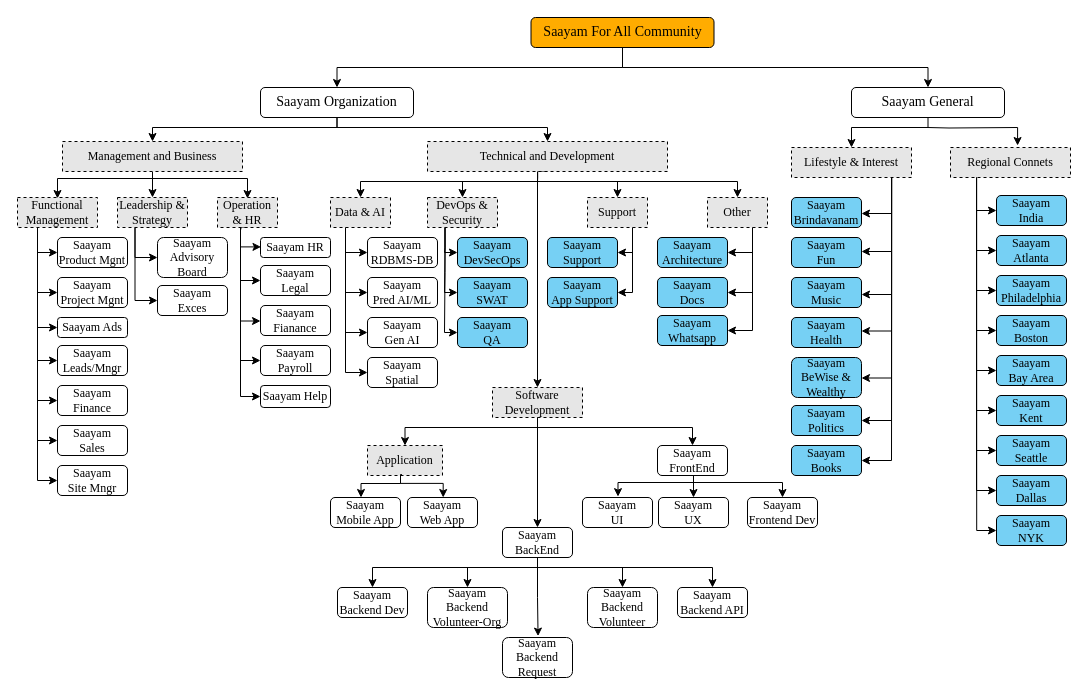
This is Saayam.drawio from PallaviChitrada10/PallaviChitrada, a draw.io file, before an edit. Source tidied: cells renumbered, new cells numbered last; positions are measured from the earlier drawing's top-left corner, leaving out a move shared by most shapes. Both pictures are drawn from the tidied source at 100%, with x=0, y=0 at pixel (17, 17).
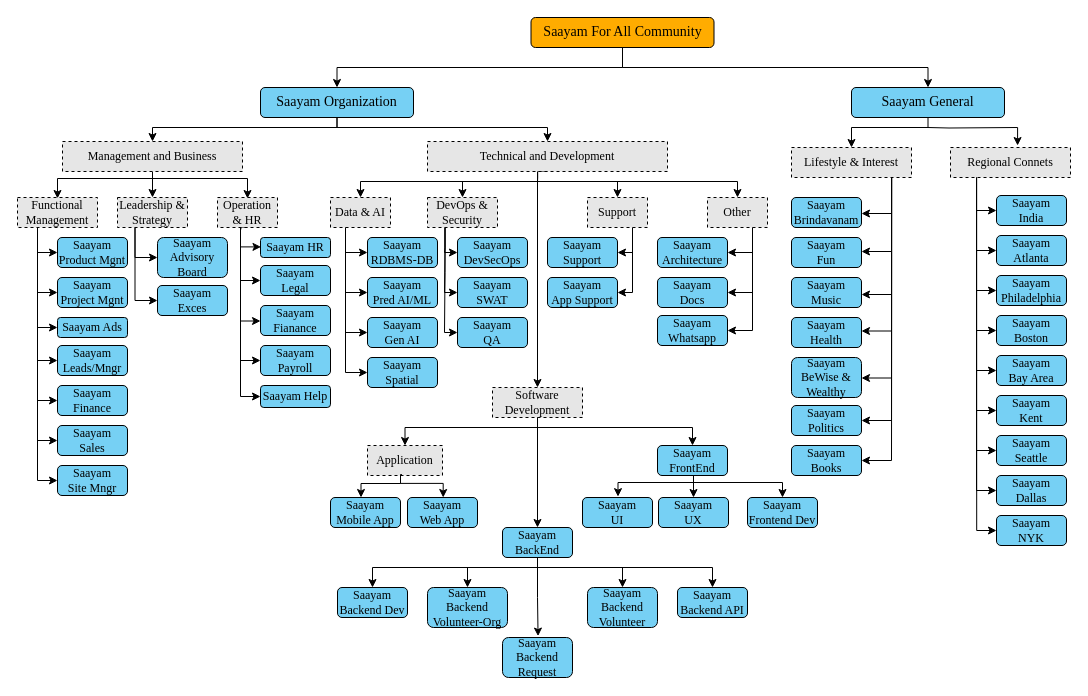
Above is the later version.

The edit, as a diff of the source:
```diff
@@
-    <mxCell id="4" value="&lt;font&gt;Saayam Organization&lt;/font&gt;" style="rounded=1;whiteSpace=wrap;html=1;fontFamily=Times New Roman;fontSize=14;labelBackgroundColor=none;" parent="1" vertex="1">
+    <mxCell id="4" value="&lt;font&gt;Saayam Organization&lt;/font&gt;" style="rounded=1;whiteSpace=wrap;html=1;fontFamily=Times New Roman;fontSize=14;labelBackgroundColor=none;fillColor=light-dark(#76D0F4,#1D293B);" parent="1" vertex="1">
       <mxGeometry x="243" y="70" width="153" height="30" as="geometry" />
     </mxCell>
@@
-    <mxCell id="28" value="Saayam&lt;br&gt;Product Mgnt" style="rounded=1;whiteSpace=wrap;html=1;fontFamily=Times New Roman;labelBackgroundColor=none;" parent="1" vertex="1">
+    <mxCell id="28" value="Saayam&lt;br&gt;Product Mgnt" style="rounded=1;whiteSpace=wrap;html=1;fontFamily=Times New Roman;labelBackgroundColor=none;fillColor=light-dark(#76D0F4,#1D293B);" parent="1" vertex="1">
       <mxGeometry x="40" y="220" width="70" height="30" as="geometry" />
     </mxCell>
-    <mxCell id="29" value="Saayam&lt;br&gt;Project Mgnt" style="rounded=1;whiteSpace=wrap;html=1;fontFamily=Times New Roman;labelBackgroundColor=none;" parent="1" vertex="1">
+    <mxCell id="29" value="Saayam&lt;br&gt;Project Mgnt" style="rounded=1;whiteSpace=wrap;html=1;fontFamily=Times New Roman;labelBackgroundColor=none;fillColor=light-dark(#76D0F4,#1D293B);" parent="1" vertex="1">
       <mxGeometry x="40" y="260" width="70" height="30" as="geometry" />
     </mxCell>
-    <mxCell id="30" value="Saayam Ads" style="rounded=1;whiteSpace=wrap;html=1;fontFamily=Times New Roman;labelBackgroundColor=none;" parent="1" vertex="1">
+    <mxCell id="30" value="Saayam Ads" style="rounded=1;whiteSpace=wrap;html=1;fontFamily=Times New Roman;labelBackgroundColor=none;fillColor=light-dark(#76D0F4,#1D293B);" parent="1" vertex="1">
       <mxGeometry x="40" y="300" width="70" height="20" as="geometry" />
     </mxCell>
-    <mxCell id="31" value="Saayam&lt;br&gt;Leads/Mngr" style="rounded=1;whiteSpace=wrap;html=1;fontFamily=Times New Roman;labelBackgroundColor=none;" parent="1" vertex="1">
+    <mxCell id="31" value="Saayam&lt;br&gt;Leads/Mngr" style="rounded=1;whiteSpace=wrap;html=1;fontFamily=Times New Roman;labelBackgroundColor=none;fillColor=light-dark(#76D0F4,#1D293B);" parent="1" vertex="1">
       <mxGeometry x="40" y="328" width="70" height="30" as="geometry" />
     </mxCell>
-    <mxCell id="32" value="Saayam&lt;br&gt;Finance" style="rounded=1;whiteSpace=wrap;html=1;fontFamily=Times New Roman;labelBackgroundColor=none;" parent="1" vertex="1">
+    <mxCell id="32" value="Saayam&lt;br&gt;Finance" style="rounded=1;whiteSpace=wrap;html=1;fontFamily=Times New Roman;labelBackgroundColor=none;fillColor=light-dark(#76D0F4,#1D293B);" parent="1" vertex="1">
       <mxGeometry x="40" y="368" width="70" height="30" as="geometry" />
     </mxCell>
-    <mxCell id="33" value="Saayam&lt;br&gt;Sales" style="rounded=1;whiteSpace=wrap;html=1;fontFamily=Times New Roman;labelBackgroundColor=none;" parent="1" vertex="1">
+    <mxCell id="33" value="Saayam&lt;br&gt;Sales" style="rounded=1;whiteSpace=wrap;html=1;fontFamily=Times New Roman;labelBackgroundColor=none;fillColor=light-dark(#76D0F4,#1D293B);" parent="1" vertex="1">
       <mxGeometry x="40" y="408" width="70" height="30" as="geometry" />
     </mxCell>
-    <mxCell id="34" value="Saayam&lt;br&gt;Site Mngr" style="rounded=1;whiteSpace=wrap;html=1;fontFamily=Times New Roman;labelBackgroundColor=none;" parent="1" vertex="1">
+    <mxCell id="34" value="Saayam&lt;br&gt;Site Mngr" style="rounded=1;whiteSpace=wrap;html=1;fontFamily=Times New Roman;labelBackgroundColor=none;fillColor=light-dark(#76D0F4,#1D293B);" parent="1" vertex="1">
       <mxGeometry x="40" y="448" width="70" height="30" as="geometry" />
     </mxCell>
-    <mxCell id="35" value="Saayam&lt;br&gt;Advisory Board" style="rounded=1;whiteSpace=wrap;html=1;fontFamily=Times New Roman;labelBackgroundColor=none;" parent="1" vertex="1">
+    <mxCell id="35" value="Saayam&lt;br&gt;Advisory Board" style="rounded=1;whiteSpace=wrap;html=1;fontFamily=Times New Roman;labelBackgroundColor=none;fillColor=light-dark(#76D0F4,#1D293B);" parent="1" vertex="1">
       <mxGeometry x="140" y="220" width="70" height="40" as="geometry" />
     </mxCell>
-    <mxCell id="36" value="Saayam HR" style="rounded=1;whiteSpace=wrap;html=1;fontFamily=Times New Roman;labelBackgroundColor=none;" parent="1" vertex="1">
+    <mxCell id="36" value="Saayam HR" style="rounded=1;whiteSpace=wrap;html=1;fontFamily=Times New Roman;labelBackgroundColor=none;fillColor=light-dark(#76D0F4,#1D293B);" parent="1" vertex="1">
       <mxGeometry x="243" y="220" width="70" height="20" as="geometry" />
     </mxCell>
-    <mxCell id="37" value="Saayam&lt;br&gt;Exces" style="rounded=1;whiteSpace=wrap;html=1;fontFamily=Times New Roman;labelBackgroundColor=none;" parent="1" vertex="1">
+    <mxCell id="37" value="Saayam&lt;br&gt;Exces" style="rounded=1;whiteSpace=wrap;html=1;fontFamily=Times New Roman;labelBackgroundColor=none;fillColor=light-dark(#76D0F4,#1D293B);" parent="1" vertex="1">
       <mxGeometry x="140" y="268" width="70" height="30" as="geometry" />
     </mxCell>
-    <mxCell id="38" value="Saayam&lt;br&gt;Legal" style="rounded=1;whiteSpace=wrap;html=1;fontFamily=Times New Roman;labelBackgroundColor=none;" parent="1" vertex="1">
+    <mxCell id="38" value="Saayam&lt;br&gt;Legal" style="rounded=1;whiteSpace=wrap;html=1;fontFamily=Times New Roman;labelBackgroundColor=none;fillColor=light-dark(#76D0F4,#1D293B);" parent="1" vertex="1">
       <mxGeometry x="243" y="248" width="70" height="30" as="geometry" />
     </mxCell>
-    <mxCell id="39" value="Saayam&lt;br&gt;Fianance" style="rounded=1;whiteSpace=wrap;html=1;fontFamily=Times New Roman;labelBackgroundColor=none;" parent="1" vertex="1">
+    <mxCell id="39" value="Saayam&lt;br&gt;Fianance" style="rounded=1;whiteSpace=wrap;html=1;fontFamily=Times New Roman;labelBackgroundColor=none;fillColor=light-dark(#76D0F4,#1D293B);" parent="1" vertex="1">
       <mxGeometry x="243" y="288" width="70" height="30" as="geometry" />
     </mxCell>
-    <mxCell id="40" value="Saayam&lt;br&gt;Payroll" style="rounded=1;whiteSpace=wrap;html=1;fontFamily=Times New Roman;labelBackgroundColor=none;" parent="1" vertex="1">
+    <mxCell id="40" value="Saayam&lt;br&gt;Payroll" style="rounded=1;whiteSpace=wrap;html=1;fontFamily=Times New Roman;labelBackgroundColor=none;fillColor=light-dark(#76D0F4,#1D293B);" parent="1" vertex="1">
       <mxGeometry x="243" y="328" width="70" height="30" as="geometry" />
     </mxCell>
-    <mxCell id="41" value="Saayam Help" style="rounded=1;whiteSpace=wrap;html=1;fontFamily=Times New Roman;labelBackgroundColor=none;" parent="1" vertex="1">
+    <mxCell id="41" value="Saayam Help" style="rounded=1;whiteSpace=wrap;html=1;fontFamily=Times New Roman;labelBackgroundColor=none;fillColor=light-dark(#76D0F4,#1D293B);" parent="1" vertex="1">
       <mxGeometry x="243" y="368" width="70" height="22" as="geometry" />
     </mxCell>
@@
-    <mxCell id="46" value="&lt;font&gt;Saayam General&lt;/font&gt;" style="rounded=1;whiteSpace=wrap;html=1;fontFamily=Times New Roman;fontSize=14;labelBackgroundColor=none;" parent="1" vertex="1">
+    <mxCell id="46" value="&lt;font&gt;Saayam General&lt;/font&gt;" style="rounded=1;whiteSpace=wrap;html=1;fontFamily=Times New Roman;fontSize=14;labelBackgroundColor=none;fillColor=light-dark(#76D0F4,#1D293B);" parent="1" vertex="1">
       <mxGeometry x="834" y="70" width="153" height="30" as="geometry" />
     </mxCell>
-    <mxCell id="47" value="Saayam&lt;br&gt;RDBMS-DB" style="rounded=1;whiteSpace=wrap;html=1;fontFamily=Times New Roman;labelBackgroundColor=none;" parent="1" vertex="1">
+    <mxCell id="47" value="Saayam&lt;br&gt;RDBMS-DB" style="rounded=1;whiteSpace=wrap;html=1;fontFamily=Times New Roman;labelBackgroundColor=none;fillColor=light-dark(#76D0F4,#1D293B);" parent="1" vertex="1">
       <mxGeometry x="350" y="220" width="70" height="30" as="geometry" />
     </mxCell>
-    <mxCell id="48" value="Saayam&lt;br&gt;Pred AI/ML" style="rounded=1;whiteSpace=wrap;html=1;fontFamily=Times New Roman;labelBackgroundColor=none;" parent="1" vertex="1">
+    <mxCell id="48" value="Saayam&lt;br&gt;Pred AI/ML" style="rounded=1;whiteSpace=wrap;html=1;fontFamily=Times New Roman;labelBackgroundColor=none;fillColor=light-dark(#76D0F4,#1D293B);" parent="1" vertex="1">
       <mxGeometry x="350" y="260" width="70" height="30" as="geometry" />
     </mxCell>
-    <mxCell id="49" value="Saayam&lt;br&gt;Gen AI" style="rounded=1;whiteSpace=wrap;html=1;fontFamily=Times New Roman;labelBackgroundColor=none;" parent="1" vertex="1">
+    <mxCell id="49" value="Saayam&lt;br&gt;Gen AI" style="rounded=1;whiteSpace=wrap;html=1;fontFamily=Times New Roman;labelBackgroundColor=none;fillColor=light-dark(#76D0F4,#1D293B);" parent="1" vertex="1">
       <mxGeometry x="350" y="300" width="70" height="30" as="geometry" />
     </mxCell>
@@
-    <mxCell id="66" value="Saayam&lt;br&gt;Spatial" style="rounded=1;whiteSpace=wrap;html=1;fontFamily=Times New Roman;labelBackgroundColor=none;" parent="1" vertex="1">
+    <mxCell id="66" value="Saayam&lt;br&gt;Spatial" style="rounded=1;whiteSpace=wrap;html=1;fontFamily=Times New Roman;labelBackgroundColor=none;fillColor=light-dark(#76D0F4,#1D293B);" parent="1" vertex="1">
       <mxGeometry x="350" y="340" width="70" height="30" as="geometry" />
     </mxCell>
@@
-    <mxCell id="79" value="Saayam&lt;br&gt;Mobile App" style="rounded=1;whiteSpace=wrap;html=1;fontFamily=Times New Roman;labelBackgroundColor=none;" parent="1" vertex="1">
+    <mxCell id="79" value="Saayam&lt;br&gt;Mobile App" style="rounded=1;whiteSpace=wrap;html=1;fontFamily=Times New Roman;labelBackgroundColor=none;fillColor=light-dark(#76D0F4,#1D293B);" parent="1" vertex="1">
       <mxGeometry x="313" y="480" width="70" height="30" as="geometry" />
     </mxCell>
-    <mxCell id="80" value="Saayam&lt;br&gt;Web App" style="rounded=1;whiteSpace=wrap;html=1;fontFamily=Times New Roman;labelBackgroundColor=none;" parent="1" vertex="1">
+    <mxCell id="80" value="Saayam&lt;br&gt;Web App" style="rounded=1;whiteSpace=wrap;html=1;fontFamily=Times New Roman;labelBackgroundColor=none;fillColor=light-dark(#76D0F4,#1D293B);" parent="1" vertex="1">
       <mxGeometry x="390" y="480" width="70" height="30" as="geometry" />
     </mxCell>
@@
-    <mxCell id="84" value="Saayam&lt;br&gt;BackEnd" style="rounded=1;whiteSpace=wrap;html=1;fontFamily=Times New Roman;labelBackgroundColor=none;" parent="1" vertex="1">
+    <mxCell id="84" value="Saayam&lt;br&gt;BackEnd" style="rounded=1;whiteSpace=wrap;html=1;fontFamily=Times New Roman;labelBackgroundColor=none;fillColor=light-dark(#76D0F4,#1D293B);" parent="1" vertex="1">
       <mxGeometry x="485" y="510" width="70" height="30" as="geometry" />
     </mxCell>
@@
-    <mxCell id="87" value="Saayam&lt;br&gt;FrontEnd" style="rounded=1;whiteSpace=wrap;html=1;fontFamily=Times New Roman;labelBackgroundColor=none;" parent="1" vertex="1">
+    <mxCell id="87" value="Saayam&lt;br&gt;FrontEnd" style="rounded=1;whiteSpace=wrap;html=1;fontFamily=Times New Roman;labelBackgroundColor=none;fillColor=light-dark(#76D0F4,#1D293B);" parent="1" vertex="1">
       <mxGeometry x="640" y="428" width="70" height="30" as="geometry" />
     </mxCell>
-    <mxCell id="88" value="Saayam&lt;br&gt;Backend Dev" style="rounded=1;whiteSpace=wrap;html=1;fontFamily=Times New Roman;labelBackgroundColor=none;" parent="1" vertex="1">
+    <mxCell id="88" value="Saayam&lt;br&gt;Backend Dev" style="rounded=1;whiteSpace=wrap;html=1;fontFamily=Times New Roman;labelBackgroundColor=none;fillColor=light-dark(#76D0F4,#1D293B);" parent="1" vertex="1">
       <mxGeometry x="320" y="570" width="70" height="30" as="geometry" />
     </mxCell>
-    <mxCell id="89" value="Saayam&lt;br&gt;Backend Volunteer-Org" style="rounded=1;whiteSpace=wrap;html=1;fontFamily=Times New Roman;labelBackgroundColor=none;" parent="1" vertex="1">
+    <mxCell id="89" value="Saayam&lt;br&gt;Backend Volunteer-Org" style="rounded=1;whiteSpace=wrap;html=1;fontFamily=Times New Roman;labelBackgroundColor=none;fillColor=light-dark(#76D0F4,#1D293B);" parent="1" vertex="1">
       <mxGeometry x="410" y="570" width="80" height="40" as="geometry" />
     </mxCell>
-    <mxCell id="90" value="Saayam&lt;br&gt;Backend Request" style="rounded=1;whiteSpace=wrap;html=1;fontFamily=Times New Roman;labelBackgroundColor=none;" parent="1" vertex="1">
+    <mxCell id="90" value="Saayam&lt;br&gt;Backend Request" style="rounded=1;whiteSpace=wrap;html=1;fontFamily=Times New Roman;labelBackgroundColor=none;fillColor=light-dark(#76D0F4,#1D293B);" parent="1" vertex="1">
       <mxGeometry x="485" y="620" width="70" height="40" as="geometry" />
     </mxCell>
-    <mxCell id="91" value="Saayam&lt;br&gt;Backend Volunteer" style="rounded=1;whiteSpace=wrap;html=1;fontFamily=Times New Roman;labelBackgroundColor=none;" parent="1" vertex="1">
+    <mxCell id="91" value="Saayam&lt;br&gt;Backend Volunteer" style="rounded=1;whiteSpace=wrap;html=1;fontFamily=Times New Roman;labelBackgroundColor=none;fillColor=light-dark(#76D0F4,#1D293B);" parent="1" vertex="1">
       <mxGeometry x="570" y="570" width="70" height="40" as="geometry" />
     </mxCell>
-    <mxCell id="92" value="Saayam&lt;br&gt;Backend API" style="rounded=1;whiteSpace=wrap;html=1;fontFamily=Times New Roman;labelBackgroundColor=none;" parent="1" vertex="1">
+    <mxCell id="92" value="Saayam&lt;br&gt;Backend API" style="rounded=1;whiteSpace=wrap;html=1;fontFamily=Times New Roman;labelBackgroundColor=none;fillColor=light-dark(#76D0F4,#1D293B);" parent="1" vertex="1">
       <mxGeometry x="660" y="570" width="70" height="30" as="geometry" />
     </mxCell>
-    <mxCell id="93" value="Saayam&lt;br&gt;UI" style="rounded=1;whiteSpace=wrap;html=1;fontFamily=Times New Roman;labelBackgroundColor=none;" parent="1" vertex="1">
+    <mxCell id="93" value="Saayam&lt;br&gt;UI" style="rounded=1;whiteSpace=wrap;html=1;fontFamily=Times New Roman;labelBackgroundColor=none;fillColor=light-dark(#76D0F4,#1D293B);" parent="1" vertex="1">
       <mxGeometry x="565" y="480" width="70" height="30" as="geometry" />
     </mxCell>
-    <mxCell id="94" value="Saayam&lt;br&gt;UX" style="rounded=1;whiteSpace=wrap;html=1;fontFamily=Times New Roman;labelBackgroundColor=none;" parent="1" vertex="1">
+    <mxCell id="94" value="Saayam&lt;br&gt;UX" style="rounded=1;whiteSpace=wrap;html=1;fontFamily=Times New Roman;labelBackgroundColor=none;fillColor=light-dark(#76D0F4,#1D293B);" parent="1" vertex="1">
       <mxGeometry x="641" y="480" width="70" height="30" as="geometry" />
     </mxCell>
-    <mxCell id="95" value="Saayam&lt;br&gt;Frontend Dev" style="rounded=1;whiteSpace=wrap;html=1;fontFamily=Times New Roman;labelBackgroundColor=none;" parent="1" vertex="1">
+    <mxCell id="95" value="Saayam&lt;br&gt;Frontend Dev" style="rounded=1;whiteSpace=wrap;html=1;fontFamily=Times New Roman;labelBackgroundColor=none;fillColor=light-dark(#76D0F4,#1D293B);" parent="1" vertex="1">
       <mxGeometry x="730" y="480" width="70" height="30" as="geometry" />
     </mxCell>
```
